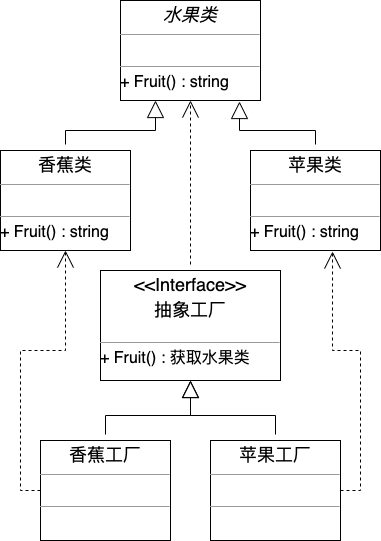
This is img/factory-method.png from boilingfrog/design-pattern-learning, a draw.io export, as it was before one commit. Source tidied: cells renumbered, new cells last; positions are measured from the earlier drawing's top-left corner, leaving out a move shared by most shapes.
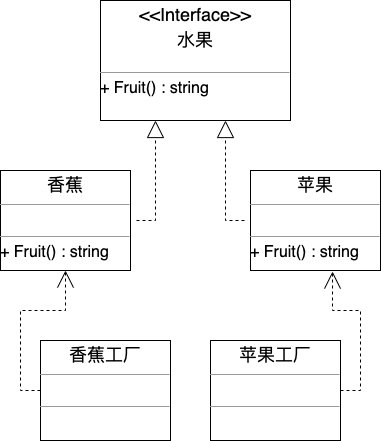
Later version of the same file.

Change to the diagram source:
```diff
@@ -2,44 +2,36 @@
   <root>
     <mxCell id="0" />
     <mxCell id="1" parent="0" />
-    <mxCell id="2" style="edgeStyle=orthogonalEdgeStyle;rounded=0;jettySize=auto;html=1;entryX=0.25;entryY=1;entryDx=0;entryDy=0;endArrow=block;endFill=0;endSize=15;sourcePerimeterSpacing=6;" parent="1" edge="1" source="3" target="6">
-      <mxGeometry relative="1" as="geometry" />
+    <mxCell id="2" style="edgeStyle=orthogonalEdgeStyle;rounded=0;jettySize=auto;html=1;entryX=0.25;entryY=1;entryDx=0;entryDy=0;endArrow=block;endFill=0;endSize=15;sourcePerimeterSpacing=6;dashed=1;" parent="1" edge="1" source="3">
+      <mxGeometry relative="1" as="geometry">
+        <mxPoint x="155" y="100" as="targetPoint" />
+      </mxGeometry>
     </mxCell>
-    <mxCell id="3" value="&lt;p style=&quot;margin: 4px 0px 0px ; text-align: center ; font-size: 18px&quot;&gt;香蕉类&lt;/p&gt;&lt;hr size=&quot;1&quot; style=&quot;font-size: 18px&quot;&gt;&lt;p style=&quot;margin: 0px 0px 0px 4px ; font-size: 13px&quot;&gt;&lt;font style=&quot;font-size: 13px&quot;&gt;&lt;br&gt;&lt;/font&gt;&lt;/p&gt;&lt;hr size=&quot;1&quot; style=&quot;font-size: 13px&quot;&gt;&lt;span style=&quot;font-size: 16px&quot;&gt;+ Fruit() : string&lt;/span&gt;&lt;span style=&quot;font-size: 16px&quot;&gt;&lt;br&gt;&lt;/span&gt;" style="verticalAlign=top;align=left;overflow=fill;fontSize=12;fontFamily=Helvetica;html=1;" parent="1" vertex="1">
+    <mxCell id="3" value="&lt;p style=&quot;margin: 4px 0px 0px ; text-align: center ; font-size: 18px&quot;&gt;香蕉&lt;/p&gt;&lt;hr size=&quot;1&quot; style=&quot;font-size: 18px&quot;&gt;&lt;p style=&quot;margin: 0px 0px 0px 4px ; font-size: 13px&quot;&gt;&lt;font style=&quot;font-size: 13px&quot;&gt;&lt;br&gt;&lt;/font&gt;&lt;/p&gt;&lt;hr size=&quot;1&quot; style=&quot;font-size: 13px&quot;&gt;&lt;span style=&quot;font-size: 16px&quot;&gt;+ Fruit() : string&lt;/span&gt;&lt;span style=&quot;font-size: 16px&quot;&gt;&lt;br&gt;&lt;/span&gt;" style="verticalAlign=top;align=left;overflow=fill;fontSize=12;fontFamily=Helvetica;html=1;" parent="1" vertex="1">
       <mxGeometry y="150" width="130" height="100" as="geometry" />
     </mxCell>
-    <mxCell id="4" style="edgeStyle=orthogonalEdgeStyle;rounded=0;jettySize=auto;html=1;entryX=0.85;entryY=1.01;entryDx=0;entryDy=0;entryPerimeter=0;endArrow=block;endFill=0;endSize=15;sourcePerimeterSpacing=6;" parent="1" edge="1" source="5" target="6">
-      <mxGeometry relative="1" as="geometry" />
+    <mxCell id="4" style="edgeStyle=orthogonalEdgeStyle;rounded=0;jettySize=auto;html=1;entryX=0.75;entryY=1;entryDx=0;entryDy=0;endArrow=block;endFill=0;endSize=15;sourcePerimeterSpacing=6;dashed=1;" parent="1" edge="1" source="5">
+      <mxGeometry relative="1" as="geometry">
+        <mxPoint x="225" y="100" as="targetPoint" />
+      </mxGeometry>
     </mxCell>
-    <mxCell id="5" value="&lt;p style=&quot;margin: 4px 0px 0px ; text-align: center ; font-size: 18px&quot;&gt;苹果类&lt;/p&gt;&lt;hr size=&quot;1&quot; style=&quot;font-size: 18px&quot;&gt;&lt;p style=&quot;margin: 0px 0px 0px 4px ; font-size: 13px&quot;&gt;&lt;font style=&quot;font-size: 13px&quot;&gt;&lt;br&gt;&lt;/font&gt;&lt;/p&gt;&lt;hr size=&quot;1&quot; style=&quot;font-size: 13px&quot;&gt;&lt;span style=&quot;font-size: 16px&quot;&gt;+ Fruit() : string&lt;/span&gt;&lt;span style=&quot;font-size: 16px&quot;&gt;&lt;br&gt;&lt;/span&gt;" style="verticalAlign=top;align=left;overflow=fill;fontSize=12;fontFamily=Helvetica;html=1;" parent="1" vertex="1">
+    <mxCell id="5" value="&lt;p style=&quot;margin: 4px 0px 0px ; text-align: center ; font-size: 18px&quot;&gt;苹果&lt;/p&gt;&lt;hr size=&quot;1&quot; style=&quot;font-size: 18px&quot;&gt;&lt;p style=&quot;margin: 0px 0px 0px 4px ; font-size: 13px&quot;&gt;&lt;font style=&quot;font-size: 13px&quot;&gt;&lt;br&gt;&lt;/font&gt;&lt;/p&gt;&lt;hr size=&quot;1&quot; style=&quot;font-size: 13px&quot;&gt;&lt;span style=&quot;font-size: 16px&quot;&gt;+ Fruit() : string&lt;/span&gt;&lt;span style=&quot;font-size: 16px&quot;&gt;&lt;br&gt;&lt;/span&gt;" style="verticalAlign=top;align=left;overflow=fill;fontSize=12;fontFamily=Helvetica;html=1;" parent="1" vertex="1">
       <mxGeometry x="250" y="150" width="130" height="100" as="geometry" />
     </mxCell>
-    <mxCell id="6" value="&lt;p style=&quot;margin: 4px 0px 0px ; text-align: center ; font-size: 18px&quot;&gt;&lt;i&gt;水果类&lt;/i&gt;&lt;/p&gt;&lt;hr size=&quot;1&quot; style=&quot;font-size: 18px&quot;&gt;&lt;p style=&quot;margin: 0px 0px 0px 4px ; font-size: 13px&quot;&gt;&lt;font style=&quot;font-size: 13px&quot;&gt;&lt;br&gt;&lt;/font&gt;&lt;/p&gt;&lt;hr size=&quot;1&quot; style=&quot;font-size: 13px&quot;&gt;&lt;span style=&quot;font-size: 16px&quot;&gt;+ Fruit() : string&lt;br&gt;&lt;/span&gt;" style="verticalAlign=top;align=left;overflow=fill;fontSize=12;fontFamily=Helvetica;html=1;" parent="1" vertex="1">
-      <mxGeometry x="120" width="140" height="100" as="geometry" />
-    </mxCell>
-    <mxCell id="7" style="edgeStyle=orthogonalEdgeStyle;rounded=0;jettySize=auto;html=1;entryX=0.5;entryY=1;entryDx=0;entryDy=0;dashed=1;endArrow=open;endFill=0;endSize=15;sourcePerimeterSpacing=6;" parent="1" edge="1" source="8" target="6">
-      <mxGeometry relative="1" as="geometry" />
-    </mxCell>
-    <mxCell id="8" value="&lt;p style=&quot;margin: 4px 0px 0px ; text-align: center ; font-size: 18px&quot;&gt;&amp;lt;&amp;lt;Interface&amp;gt;&amp;gt;&lt;br&gt;&lt;/p&gt;&lt;p style=&quot;margin: 4px 0px 0px ; text-align: center ; font-size: 18px&quot;&gt;抽象工厂&lt;/p&gt;&lt;p style=&quot;margin: 0px 0px 0px 4px ; font-size: 13px&quot;&gt;&lt;font style=&quot;font-size: 13px&quot;&gt;&lt;br&gt;&lt;/font&gt;&lt;/p&gt;&lt;hr size=&quot;1&quot; style=&quot;font-size: 13px&quot;&gt;&lt;span style=&quot;font-size: 16px&quot;&gt;+ Fruit() : 获取水果类&lt;/span&gt;&lt;span style=&quot;font-size: 16px&quot;&gt;&lt;br&gt;&lt;/span&gt;" style="verticalAlign=top;align=left;overflow=fill;fontSize=12;fontFamily=Helvetica;html=1;" parent="1" vertex="1">
-      <mxGeometry x="100" y="270" width="180" height="110" as="geometry" />
-    </mxCell>
     <mxCell id="9" style="edgeStyle=orthogonalEdgeStyle;rounded=0;jettySize=auto;html=1;dashed=1;exitX=0;exitY=0.5;exitDx=0;exitDy=0;endArrow=open;endFill=0;endSize=15;" parent="1" edge="1" source="11" target="3">
       <mxGeometry relative="1" as="geometry" />
     </mxCell>
-    <mxCell id="10" style="edgeStyle=orthogonalEdgeStyle;rounded=0;jettySize=auto;html=1;endArrow=block;endFill=0;endSize=15;sourcePerimeterSpacing=6;" parent="1" edge="1" source="11" target="8">
-      <mxGeometry relative="1" as="geometry" />
-    </mxCell>
     <mxCell id="11" value="&lt;p style=&quot;margin: 4px 0px 0px ; text-align: center ; font-size: 18px&quot;&gt;香蕉工厂&lt;/p&gt;&lt;hr size=&quot;1&quot; style=&quot;font-size: 18px&quot;&gt;&lt;p style=&quot;margin: 0px 0px 0px 4px ; font-size: 13px&quot;&gt;&lt;font style=&quot;font-size: 13px&quot;&gt;&lt;br&gt;&lt;/font&gt;&lt;/p&gt;&lt;hr size=&quot;1&quot; style=&quot;font-size: 13px&quot;&gt;&lt;span style=&quot;font-size: 16px&quot;&gt;&lt;br&gt;&lt;/span&gt;" style="verticalAlign=top;align=left;overflow=fill;fontSize=12;fontFamily=Helvetica;html=1;" parent="1" vertex="1">
-      <mxGeometry x="40" y="440" width="130" height="100" as="geometry" />
+      <mxGeometry x="40" y="320" width="130" height="100" as="geometry" />
     </mxCell>
     <mxCell id="12" style="edgeStyle=orthogonalEdgeStyle;rounded=0;jettySize=auto;html=1;entryX=0.631;entryY=1.01;entryDx=0;entryDy=0;entryPerimeter=0;dashed=1;exitX=1;exitY=0.5;exitDx=0;exitDy=0;endArrow=open;endFill=0;sourcePerimeterSpacing=6;endSize=15;" parent="1" edge="1" source="14" target="5">
       <mxGeometry relative="1" as="geometry" />
     </mxCell>
-    <mxCell id="13" style="edgeStyle=orthogonalEdgeStyle;rounded=0;jettySize=auto;html=1;entryX=0.5;entryY=1;entryDx=0;entryDy=0;endArrow=block;endFill=0;endSize=15;sourcePerimeterSpacing=6;" parent="1" edge="1" source="14" target="8">
-      <mxGeometry relative="1" as="geometry" />
-    </mxCell>
     <mxCell id="14" value="&lt;p style=&quot;margin: 4px 0px 0px ; text-align: center ; font-size: 18px&quot;&gt;苹果工厂&lt;/p&gt;&lt;hr size=&quot;1&quot; style=&quot;font-size: 18px&quot;&gt;&lt;p style=&quot;margin: 0px 0px 0px 4px ; font-size: 13px&quot;&gt;&lt;font style=&quot;font-size: 13px&quot;&gt;&lt;br&gt;&lt;/font&gt;&lt;/p&gt;&lt;hr size=&quot;1&quot; style=&quot;font-size: 13px&quot;&gt;&lt;span style=&quot;font-size: 16px&quot;&gt;&lt;br&gt;&lt;/span&gt;" style="verticalAlign=top;align=left;overflow=fill;fontSize=12;fontFamily=Helvetica;html=1;" parent="1" vertex="1">
-      <mxGeometry x="210" y="440" width="130" height="100" as="geometry" />
+      <mxGeometry x="210" y="320" width="130" height="100" as="geometry" />
     </mxCell>
+    <mxCell id="15" value="&lt;p style=&quot;margin: 4px 0px 0px ; text-align: center ; font-size: 18px&quot;&gt;&amp;lt;&amp;lt;Interface&amp;gt;&amp;gt;&lt;br&gt;&lt;/p&gt;&lt;p style=&quot;margin: 4px 0px 0px ; text-align: center ; font-size: 18px&quot;&gt;水果&lt;/p&gt;&lt;p style=&quot;margin: 0px 0px 0px 4px ; font-size: 13px&quot;&gt;&lt;font style=&quot;font-size: 13px&quot;&gt;&lt;br&gt;&lt;/font&gt;&lt;/p&gt;&lt;hr size=&quot;1&quot; style=&quot;font-size: 13px&quot;&gt;&lt;span style=&quot;font-size: 16px&quot;&gt;+ Fruit() : string&lt;/span&gt;&lt;span style=&quot;font-size: 16px&quot;&gt;&lt;br&gt;&lt;/span&gt;" style="verticalAlign=top;align=left;overflow=fill;fontSize=12;fontFamily=Helvetica;html=1;" parent="1" vertex="1">
+      <mxGeometry x="100" y="-20" width="190" height="120" as="geometry" />
+    </mxCell>
   </root>
 </mxGraphModel>
```
